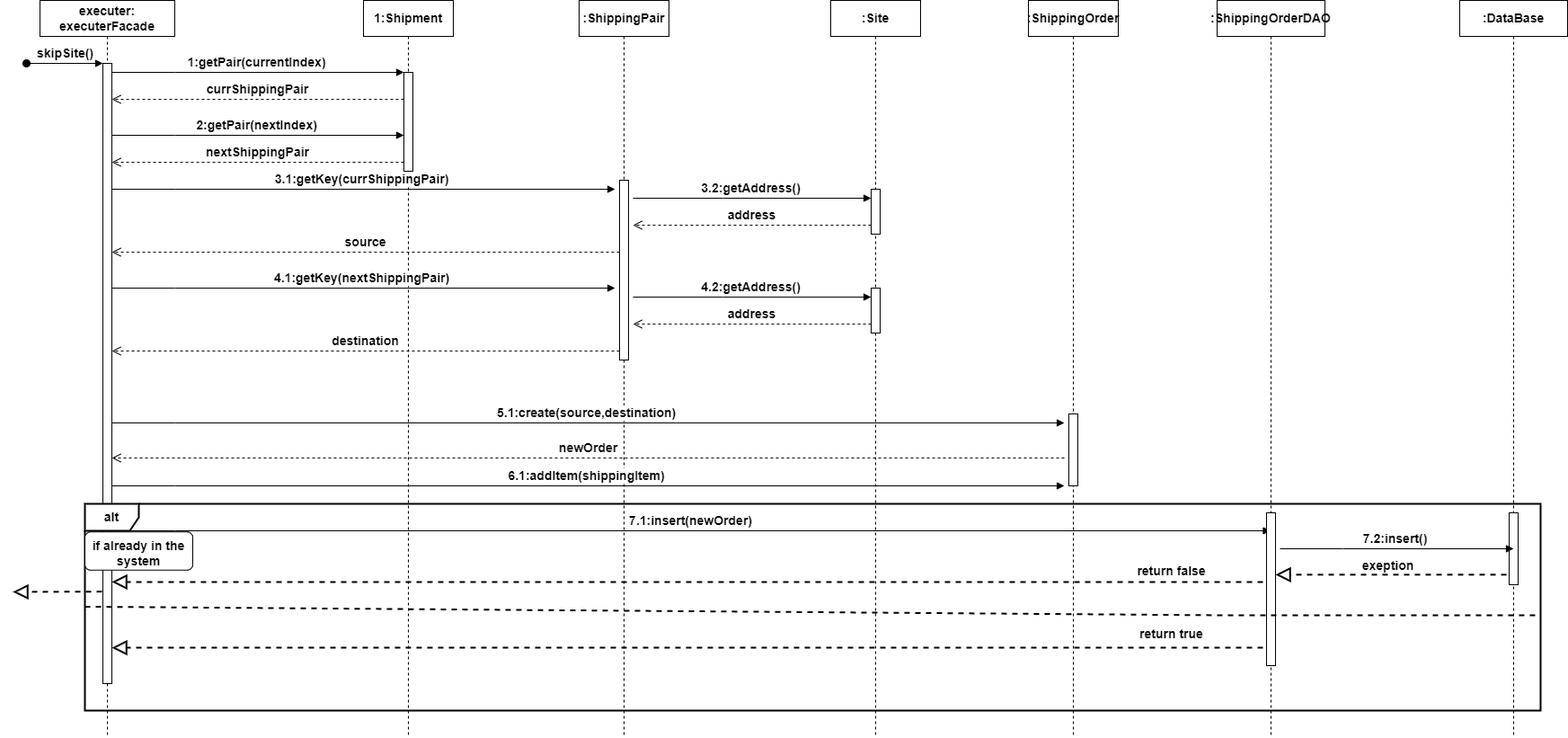
Before: C3- assign Driver.drawio.png, a diagram exported from draw.io (omerad1/drw). Source tidied: cells renumbered, new cells last; positions are measured from the earlier drawing's top-left corner, leaving out a move shared by most shapes.
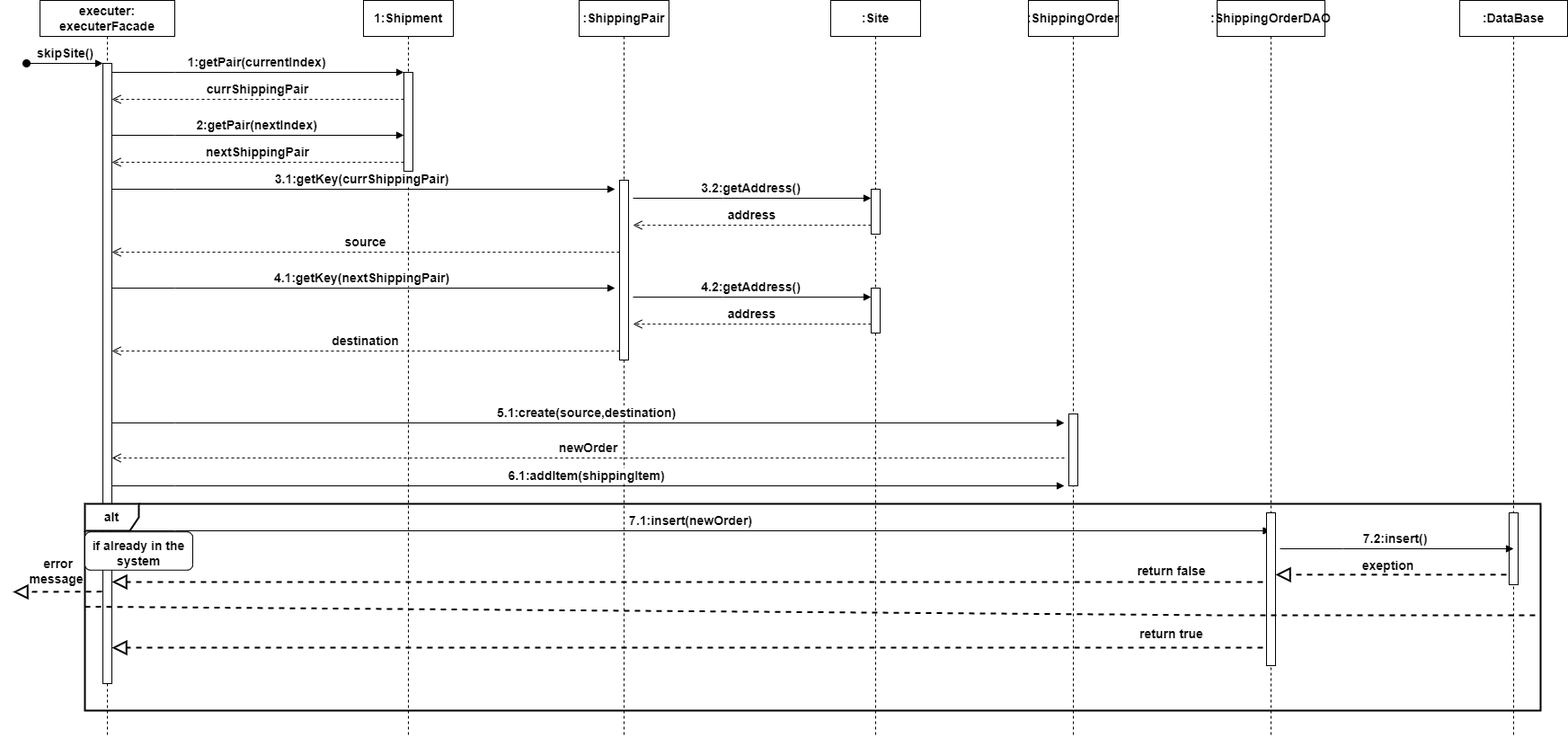
After the change.

What changed in the source:
```diff
@@ -276,5 +276,8 @@
         </Array>
       </mxGeometry>
     </mxCell>
+    <mxCell id="46" value="error message&amp;nbsp;" style="text;html=1;align=center;verticalAlign=middle;whiteSpace=wrap;rounded=0;fontStyle=1;strokeWidth=2;fontSize=14;rotation=0;" parent="1" vertex="1">
+      <mxGeometry x="11" y="606.9" width="79" height="56.2" as="geometry" />
+    </mxCell>
   </root>
 </mxGraphModel>
```
